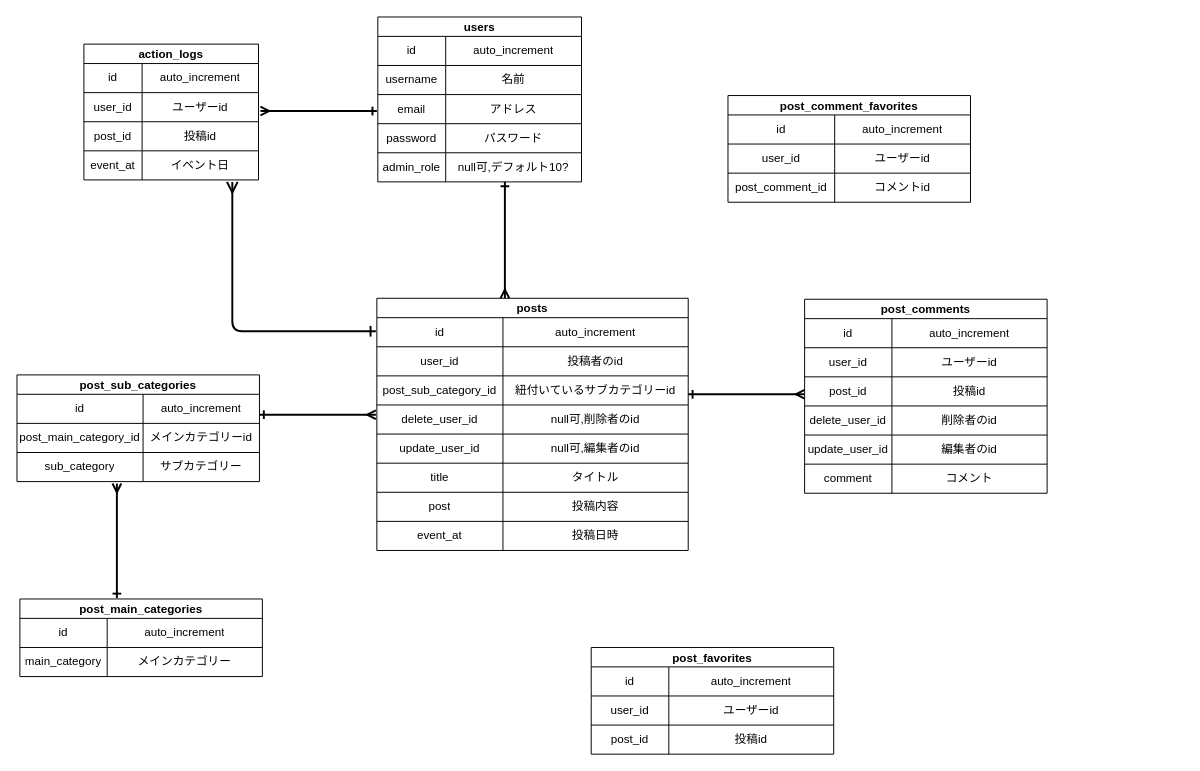
I-Kouta/BBM keeps this draw.io diagram as bbm.dio. Above is the earlier version. Source tidied: cells renumbered, new cells numbered last; positions are measured from the earlier drawing's top-left corner, leaving out a move shared by most shapes. Both pictures are drawn from the tidied source at 97%, with x=0, y=0 at pixel (16, 16).
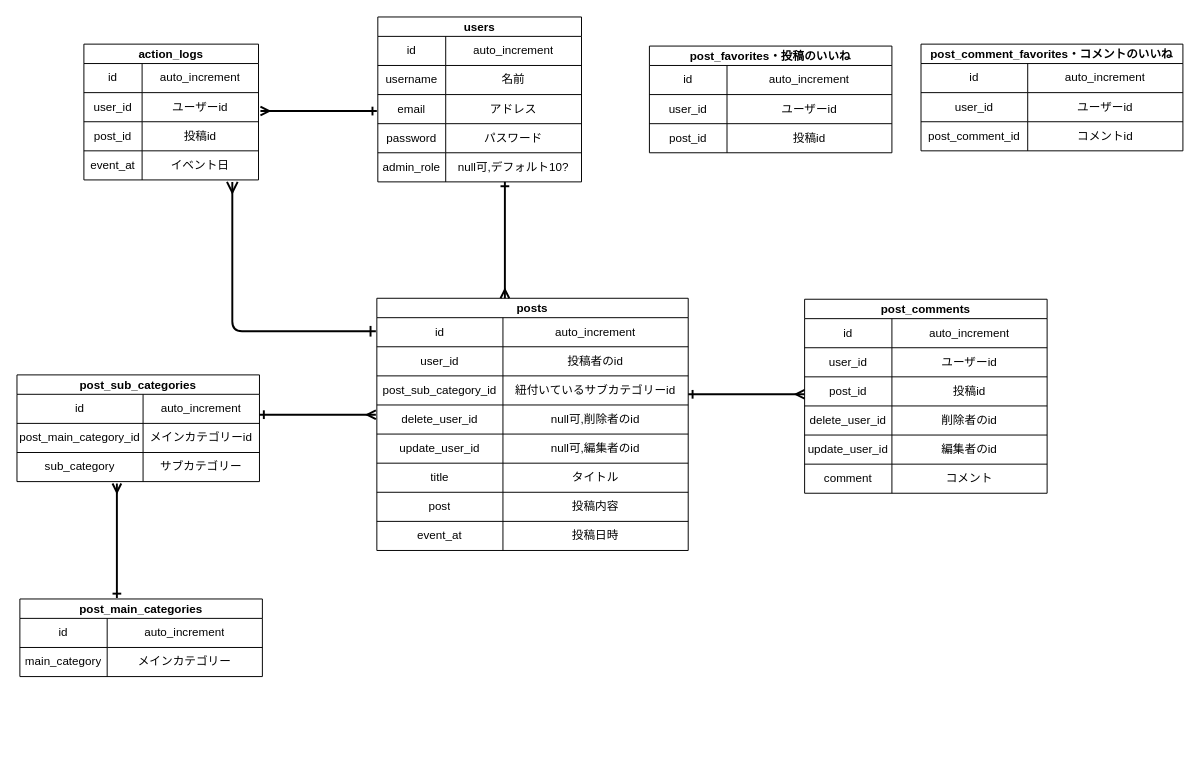
After the change.

Commit message:
いいねについてのリレーション、保留です

Change to the diagram source:
```diff
@@
-    <mxCell id="56" value="post_comment_favorites" style="shape=table;startSize=20;childLayout=tableLayout;fontStyle=1;align=center;" parent="1" vertex="1">
-      <mxGeometry x="733" y="81" width="250" height="110" as="geometry" />
+    <mxCell id="56" value="post_comment_favorites・コメントのいいね" style="shape=table;startSize=20;childLayout=tableLayout;fontStyle=1;align=center;" parent="1" vertex="1">
+      <mxGeometry x="932" y="28" width="270" height="110" as="geometry" />
     </mxCell>
     <mxCell id="57" style="shape=partialRectangle;html=1;whiteSpace=wrap;fillColor=none;top=0;left=0;bottom=0;right=0;" parent="56" vertex="1">
-      <mxGeometry y="20" width="250" height="30" as="geometry" />
+      <mxGeometry y="20" width="270" height="30" as="geometry" />
     </mxCell>
@@
     <mxCell id="59" value="auto_increment" style="shape=partialRectangle;html=1;whiteSpace=wrap;fillColor=none;top=0;left=0;bottom=0;right=0;overflow=hidden;" parent="57" vertex="1">
-      <mxGeometry x="110" width="140" height="30" as="geometry" />
+      <mxGeometry x="110" width="160" height="30" as="geometry" />
     </mxCell>
     <mxCell id="60" style="shape=partialRectangle;html=1;whiteSpace=wrap;fillColor=none;top=0;left=0;bottom=0;right=0;" parent="56" vertex="1">
-      <mxGeometry y="50" width="250" height="30" as="geometry" />
+      <mxGeometry y="50" width="270" height="30" as="geometry" />
     </mxCell>
@@
     <mxCell id="62" value="ユーザーid" style="shape=partialRectangle;html=1;whiteSpace=wrap;fillColor=none;top=0;left=0;bottom=0;right=0;overflow=hidden;" parent="60" vertex="1">
-      <mxGeometry x="110" width="140" height="30" as="geometry" />
+      <mxGeometry x="110" width="160" height="30" as="geometry" />
     </mxCell>
     <mxCell id="63" style="shape=partialRectangle;html=1;whiteSpace=wrap;fillColor=none;top=0;left=0;bottom=0;right=0;" parent="56" vertex="1">
-      <mxGeometry y="80" width="250" height="30" as="geometry" />
+      <mxGeometry y="80" width="270" height="30" as="geometry" />
     </mxCell>
@@
     <mxCell id="65" value="コメントid" style="shape=partialRectangle;html=1;whiteSpace=wrap;fillColor=none;top=0;left=0;bottom=0;right=0;overflow=hidden;" parent="63" vertex="1">
-      <mxGeometry x="110" width="140" height="30" as="geometry" />
+      <mxGeometry x="110" width="160" height="30" as="geometry" />
     </mxCell>
@@
-    <mxCell id="85" value="post_favorites" style="shape=table;startSize=20;childLayout=tableLayout;fontStyle=1;align=center;" parent="1" vertex="1">
-      <mxGeometry x="592" y="650" width="250" height="110" as="geometry" />
+    <mxCell id="85" value="post_favorites・投稿のいいね" style="shape=table;startSize=20;childLayout=tableLayout;fontStyle=1;align=center;" parent="1" vertex="1">
+      <mxGeometry x="652" y="30" width="250" height="110" as="geometry" />
     </mxCell>
```
